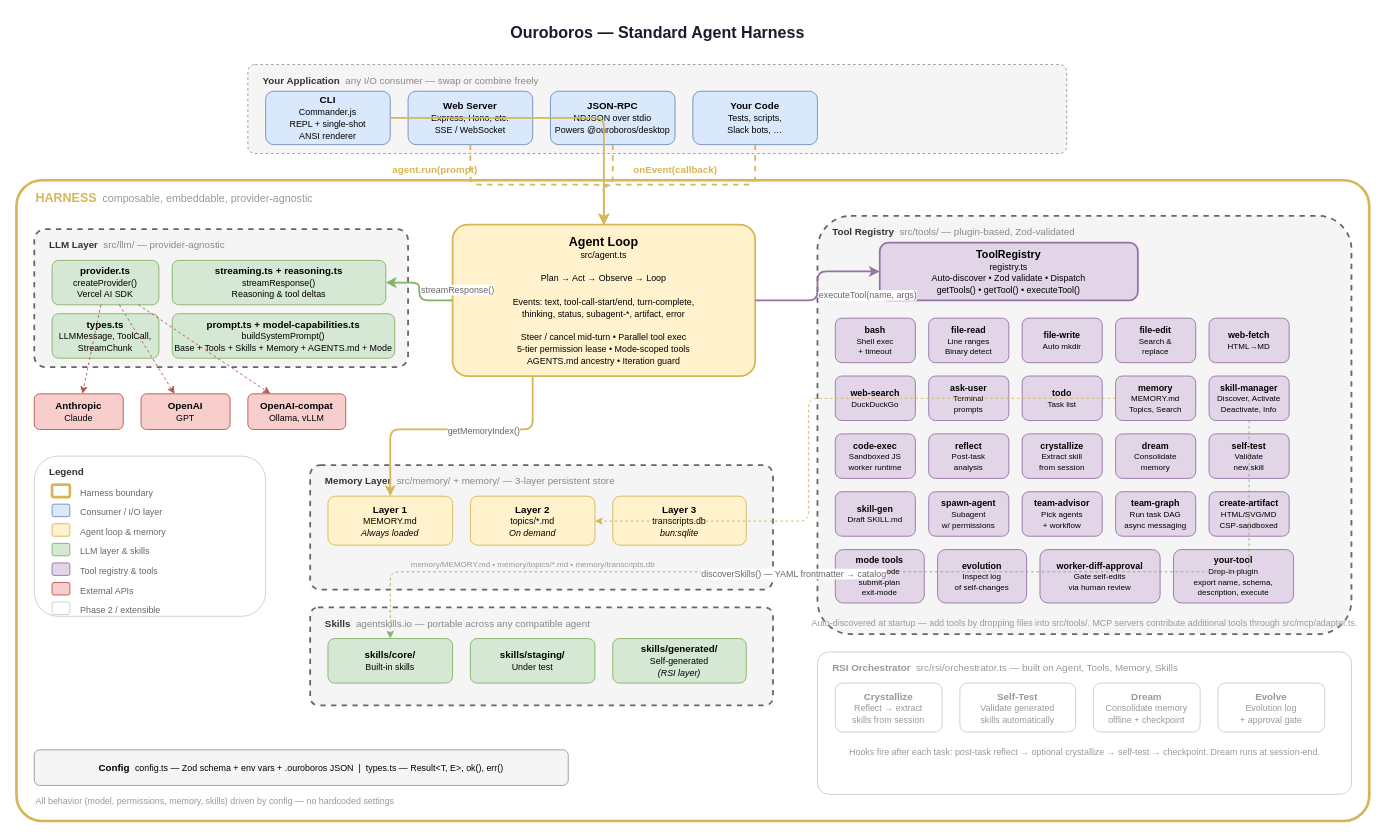
This is docs/agentharness-arch.drawio from secondorderai/ouroboros, a draw.io file, before an edit. Source tidied: cells renumbered, new cells numbered last; positions are measured from the earlier drawing's top-left corner, leaving out a move shared by most shapes. Both pictures are drawn from the tidied source at 89%, with x=0, y=0 at pixel (16, 15).
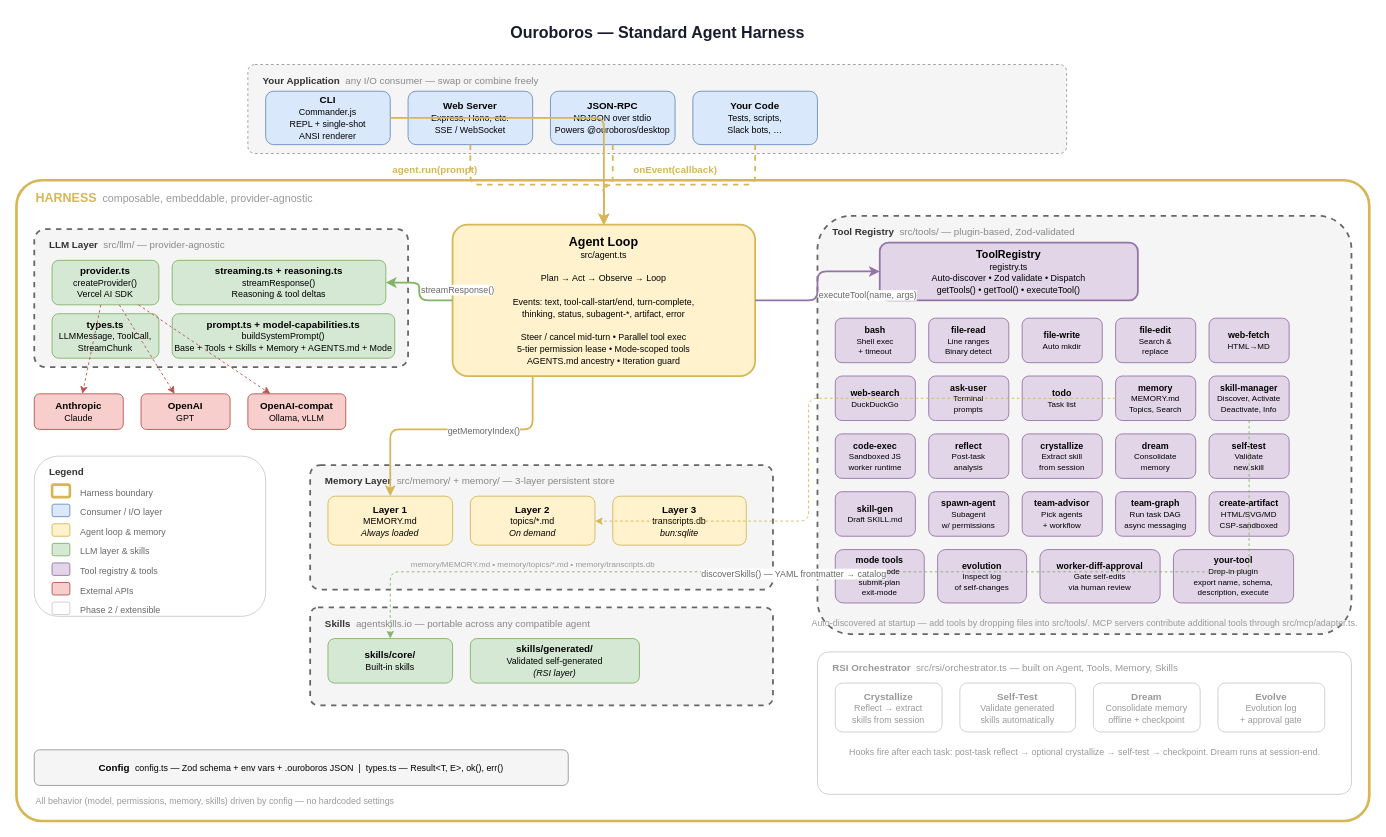
Above is the later version.

What changed in the source:
```diff
@@
-    <mxCell id="74" value="&lt;b&gt;skills/staging/&lt;/b&gt;&lt;br&gt;&lt;font style=&quot;font-size:10px&quot;&gt;Under test&lt;/font&gt;" style="rounded=1;whiteSpace=wrap;html=1;fillColor=#d5e8d4;strokeColor=#82b366;fontSize=11;" parent="1" vertex="1">
-      <mxGeometry x="510" y="700" width="140" height="50" as="geometry" />
-    </mxCell>
-    <mxCell id="75" value="&lt;b&gt;skills/generated/&lt;/b&gt;&lt;br&gt;&lt;font style=&quot;font-size:10px&quot;&gt;Self-generated&lt;br&gt;&lt;i&gt;(RSI layer)&lt;/i&gt;&lt;/font&gt;" style="rounded=1;whiteSpace=wrap;html=1;fillColor=#d5e8d4;strokeColor=#82b366;fontSize=11;strokeDasharray=3 3;" parent="1" vertex="1">
-      <mxGeometry x="670" y="700" width="150" height="50" as="geometry" />
+    <mxCell id="75" value="&lt;b&gt;skills/generated/&lt;/b&gt;&lt;br&gt;&lt;font style=&quot;font-size:10px&quot;&gt;Validated self-generated&lt;br&gt;&lt;i&gt;(RSI layer)&lt;/i&gt;&lt;/font&gt;" style="rounded=1;whiteSpace=wrap;html=1;fillColor=#d5e8d4;strokeColor=#82b366;fontSize=11;strokeDasharray=3 3;" parent="1" vertex="1">
+      <mxGeometry x="510" y="700" width="190" height="50" as="geometry" />
     </mxCell>
```
